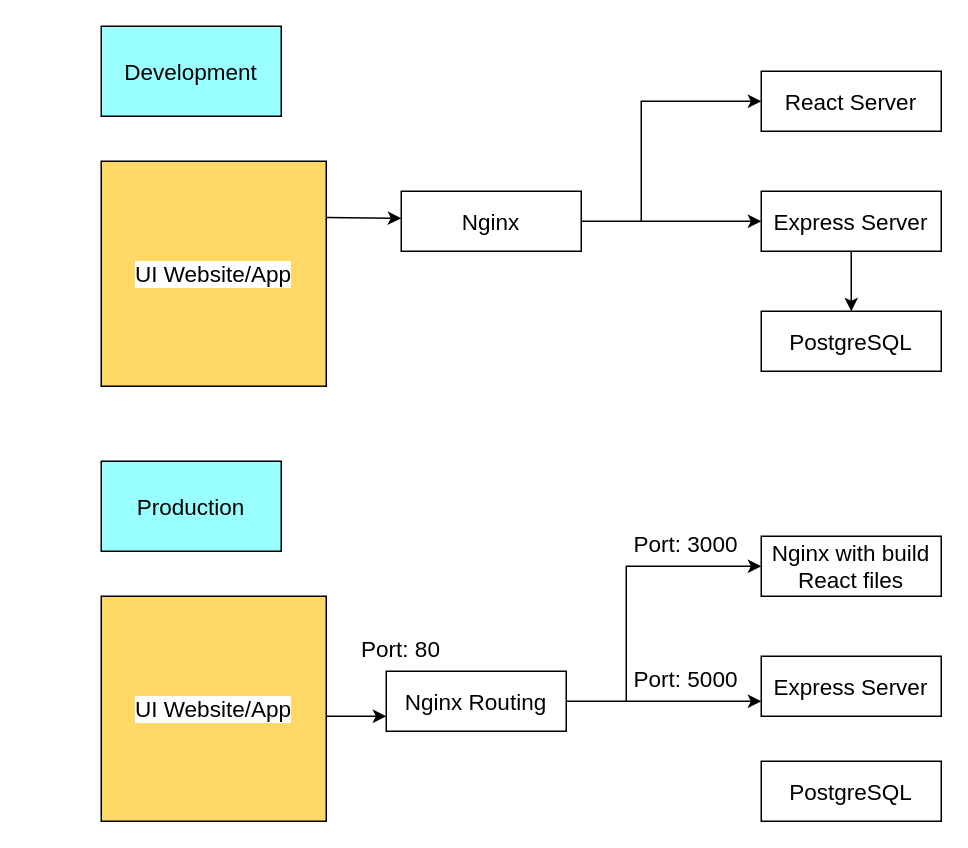
quyettranvu/Diagram-Fullstack-SQL-Docker-Nginx keeps this draw.io diagram as Biểu đồ không có tiêu đề.drawio. Above is the earlier version. Source tidied: cells renumbered, new cells numbered last; positions are measured from the earlier drawing's top-left corner, leaving out a move shared by most shapes. Both pictures are drawn from the tidied source at 150%, with x=0, y=0 at pixel (100, 26).
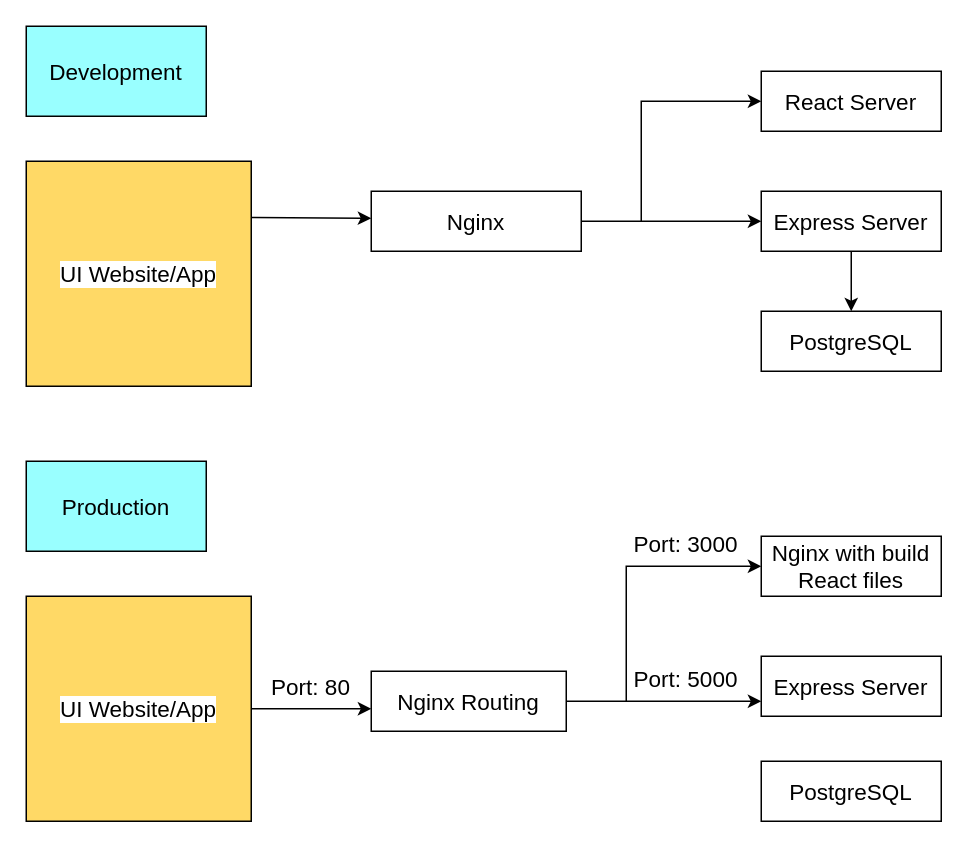
Above is the later version.

Diff of the diagram source:
```diff
@@
     <mxCell id="2" value="Development" style="rounded=0;whiteSpace=wrap;html=1;fillColor=#99FFFF;fontSize=15;" parent="1" vertex="1">
-      <mxGeometry width="120" height="60" as="geometry" />
+      <mxGeometry x="-50" width="120" height="60" as="geometry" />
     </mxCell>
     <mxCell id="3" value="UI Website/App" style="whiteSpace=wrap;html=1;labelBackgroundColor=default;fillColor=#FFD966;fontSize=15;" parent="1" vertex="1">
-      <mxGeometry y="90" width="150" height="150" as="geometry" />
+      <mxGeometry x="-50" y="90" width="150" height="150" as="geometry" />
     </mxCell>
     <mxCell id="4" value="Nginx" style="rounded=0;whiteSpace=wrap;html=1;fontSize=15;" parent="1" vertex="1">
-      <mxGeometry x="200" y="110" width="120" height="40" as="geometry" />
+      <mxGeometry x="180" y="110" width="140" height="40" as="geometry" />
     </mxCell>
@@
     <mxCell id="11" style="endArrow=classic;html=1;rounded=0;exitX=1;exitY=0.25;exitDx=0;exitDy=0;fontSize=15;" parent="1" edge="1" source="3">
       <mxGeometry relative="1" as="geometry">
-        <mxPoint x="200" y="128" as="targetPoint" />
+        <mxPoint x="180" y="128" as="targetPoint" />
       </mxGeometry>
     </mxCell>
     <mxCell id="12" value="Production" style="rounded=0;whiteSpace=wrap;html=1;fillColor=#99FFFF;fontSize=15;" parent="1" vertex="1">
-      <mxGeometry y="290" width="120" height="60" as="geometry" />
+      <mxGeometry x="-50" y="290" width="120" height="60" as="geometry" />
     </mxCell>
     <mxCell id="13" value="UI Website/App" style="whiteSpace=wrap;html=1;labelBackgroundColor=default;fillColor=#FFD966;fontSize=15;" parent="1" vertex="1">
-      <mxGeometry y="380" width="150" height="150" as="geometry" />
+      <mxGeometry x="-50" y="380" width="150" height="150" as="geometry" />
     </mxCell>
     <mxCell id="14" value="Nginx Routing" style="rounded=0;whiteSpace=wrap;html=1;fontSize=15;" parent="1" vertex="1">
-      <mxGeometry x="190" y="430" width="120" height="40" as="geometry" />
+      <mxGeometry x="180" y="430" width="130" height="40" as="geometry" />
     </mxCell>
@@
-    <mxCell id="22" style="endArrow=classic;html=1;rounded=0;fontSize=15;entryX=0;entryY=0.75;entryDx=0;entryDy=0;" parent="1" edge="1" target="14">
+    <mxCell id="22" style="endArrow=classic;html=1;rounded=0;fontSize=15;exitX=1;exitY=0.5;exitDx=0;exitDy=0;" parent="1" edge="1" source="13">
       <mxGeometry relative="1" as="geometry">
-        <mxPoint x="150" y="460" as="sourcePoint" />
+        <mxPoint x="180" y="455" as="targetPoint" />
       </mxGeometry>
     </mxCell>
     <mxCell id="23" value="Port: 80" style="text;strokeColor=none;align=center;fillColor=none;html=1;verticalAlign=middle;whiteSpace=wrap;rounded=0;fontSize=15;" parent="1" vertex="1">
-      <mxGeometry x="150" y="400" width="100" height="30" as="geometry" />
+      <mxGeometry x="90" y="425" width="100" height="30" as="geometry" />
     </mxCell>
```
